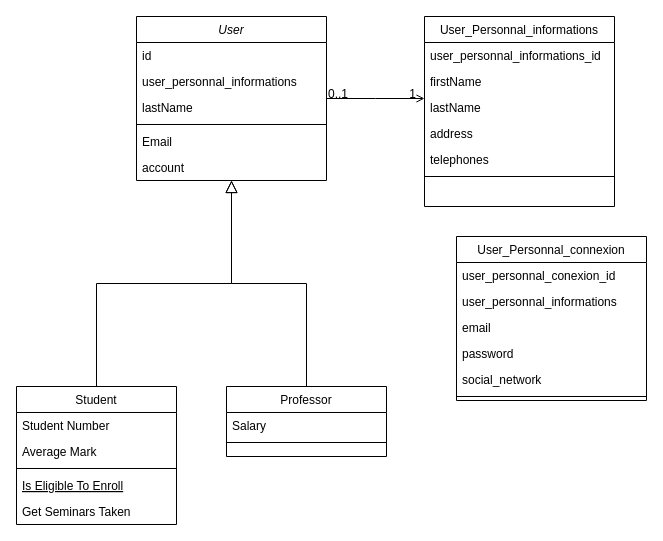
Earlier version of the draw.io diagram Untitled Diagram.drawio (jojodev77/p6). Source tidied: cells renumbered, new cells numbered last; positions are measured from the earlier drawing's top-left corner, leaving out a move shared by most shapes. Both pictures are drawn from the tidied source at 100%, with x=0, y=0 at pixel (16, 16).
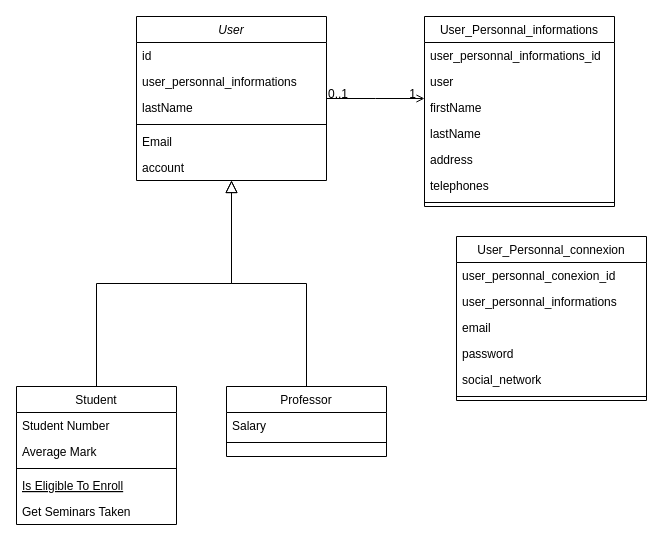
After the change.

The change refers to these unchanged cells:
```xml
<mxCell id="20" value="User_Personnal_informations" style="swimlane;fontStyle=0;align=center;verticalAlign=top;horizontal=1;startSize=26;rounded=0;shadow=0;strokeWidth=1;" parent="1" vertex="1">
  <mxGeometry x="408" width="190" height="190" as="geometry" />
</mxCell>
```

What changed in the source:
```diff
@@
+    <mxCell id="37" value="user" style="text;align=left;verticalAlign=top;spacingLeft=4;spacingRight=4;overflow=hidden;rounded=0;shadow=0;html=0;" parent="20" vertex="1">
+      <mxGeometry y="52" width="190" height="26" as="geometry" />
+    </mxCell>
     <mxCell id="22" value="firstName" style="text;align=left;verticalAlign=top;spacingLeft=4;spacingRight=4;overflow=hidden;rounded=0;shadow=0;html=0;" parent="20" vertex="1">
-      <mxGeometry y="52" width="190" height="26" as="geometry" />
+      <mxGeometry y="78" width="190" height="26" as="geometry" />
     </mxCell>
     <mxCell id="23" value="lastName" style="text;align=left;verticalAlign=top;spacingLeft=4;spacingRight=4;overflow=hidden;rounded=0;shadow=0;html=0;" parent="20" vertex="1">
-      <mxGeometry y="78" width="190" height="26" as="geometry" />
+      <mxGeometry y="104" width="190" height="26" as="geometry" />
     </mxCell>
     <mxCell id="24" value="address" style="text;align=left;verticalAlign=top;spacingLeft=4;spacingRight=4;overflow=hidden;rounded=0;shadow=0;html=0;" parent="20" vertex="1">
-      <mxGeometry y="104" width="190" height="26" as="geometry" />
+      <mxGeometry y="130" width="190" height="26" as="geometry" />
     </mxCell>
     <mxCell id="25" value="telephones" style="text;align=left;verticalAlign=top;spacingLeft=4;spacingRight=4;overflow=hidden;rounded=0;shadow=0;html=0;" parent="20" vertex="1">
-      <mxGeometry y="130" width="190" height="26" as="geometry" />
+      <mxGeometry y="156" width="190" height="26" as="geometry" />
     </mxCell>
     <mxCell id="26" style="line;html=1;strokeWidth=1;align=left;verticalAlign=middle;spacingTop=-1;spacingLeft=3;spacingRight=3;labelPosition=right;" parent="20" vertex="1">
-      <mxGeometry y="156" width="190" height="8" as="geometry" />
+      <mxGeometry y="182" width="190" height="8" as="geometry" />
     </mxCell>
```
